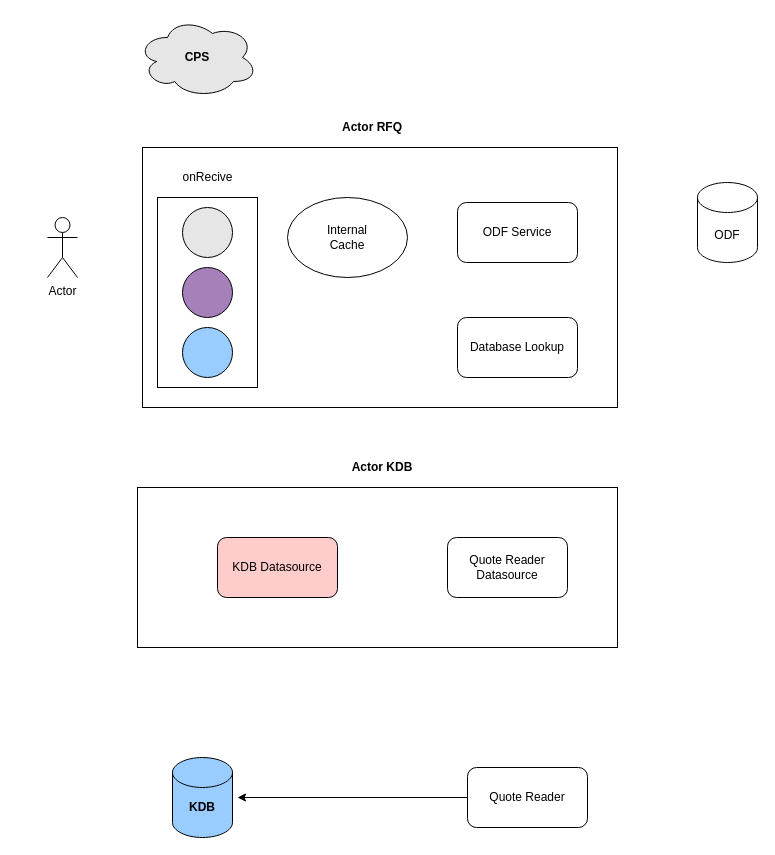
This is LookupService.drawio from bhargrah/drawio, a draw.io file, before an edit. Source tidied: cells renumbered, new cells numbered last; positions are measured from the earlier drawing's top-left corner, leaving out a move shared by most shapes. Both pictures are drawn from the tidied source at 100%, with x=0, y=0 at pixel (47, 17).
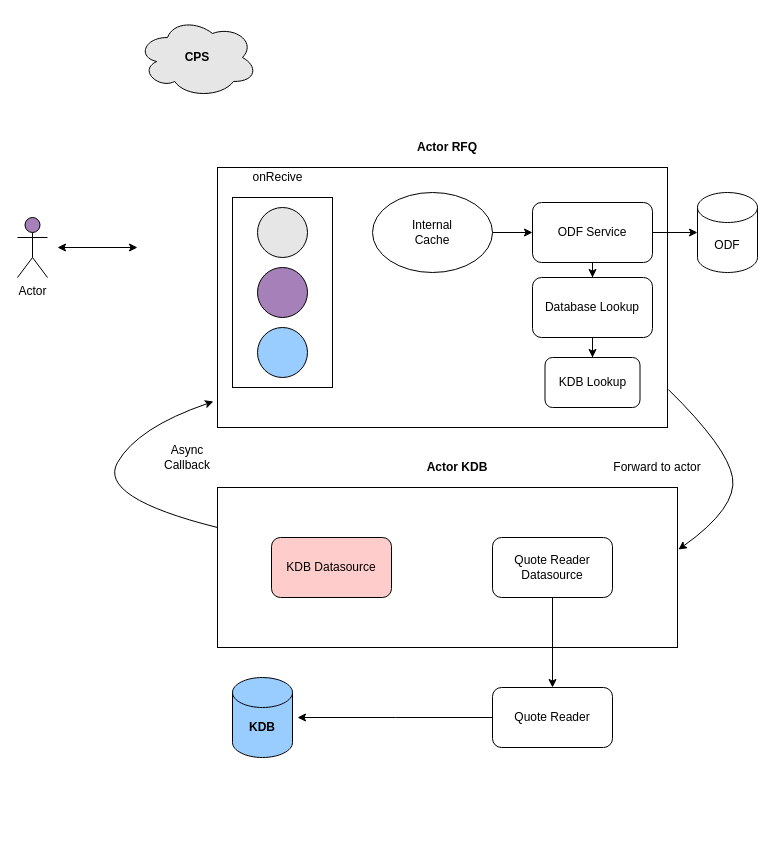
The same diagram, later.

The edit, as a diff of the source:
```diff
@@
     <mxCell id="2" style="rounded=0;whiteSpace=wrap;html=1;" parent="1" vertex="1">
-      <mxGeometry x="95" y="130" width="475" height="260" as="geometry" />
+      <mxGeometry x="170" y="150" width="450" height="260" as="geometry" />
     </mxCell>
     <mxCell id="3" style="rounded=0;whiteSpace=wrap;html=1;" parent="1" vertex="1">
-      <mxGeometry x="90" y="470" width="480" height="160" as="geometry" />
+      <mxGeometry x="170" y="470" width="460" height="160" as="geometry" />
     </mxCell>
     <mxCell id="4" style="rounded=0;whiteSpace=wrap;html=1;" parent="1" vertex="1">
-      <mxGeometry x="110" y="180" width="100" height="190" as="geometry" />
+      <mxGeometry x="185" y="180" width="100" height="190" as="geometry" />
     </mxCell>
     <mxCell id="5" style="ellipse;whiteSpace=wrap;html=1;fillColor=#A680B8;" parent="1" vertex="1">
-      <mxGeometry x="135" y="250" width="50" height="50" as="geometry" />
+      <mxGeometry x="210" y="250" width="50" height="50" as="geometry" />
     </mxCell>
     <mxCell id="6" style="ellipse;whiteSpace=wrap;html=1;fillColor=#99CCFF;" parent="1" vertex="1">
-      <mxGeometry x="135" y="310" width="50" height="50" as="geometry" />
+      <mxGeometry x="210" y="310" width="50" height="50" as="geometry" />
     </mxCell>
     <mxCell id="7" style="ellipse;whiteSpace=wrap;html=1;fillColor=#E6E6E6;" parent="1" vertex="1">
-      <mxGeometry x="135" y="190" width="50" height="50" as="geometry" />
+      <mxGeometry x="210" y="190" width="50" height="50" as="geometry" />
     </mxCell>
@@
-    <mxCell id="9" value="Actor" style="shape=umlActor;verticalLabelPosition=bottom;verticalAlign=top;html=1;" parent="1" vertex="1">
-      <mxGeometry y="200" width="30" height="60" as="geometry" />
+    <mxCell id="9" value="Actor" style="shape=umlActor;verticalLabelPosition=bottom;verticalAlign=top;html=1;fillColor=#A680B8;" parent="1" vertex="1">
+      <mxGeometry x="-30" y="200" width="30" height="60" as="geometry" />
     </mxCell>
     <mxCell id="10" value="&lt;b&gt;Actor RFQ&lt;/b&gt;" style="text;html=1;strokeColor=none;fillColor=none;align=center;verticalAlign=middle;whiteSpace=wrap;rounded=0;" parent="1" vertex="1">
-      <mxGeometry x="290" y="100" width="70" height="20" as="geometry" />
+      <mxGeometry x="365" y="120" width="70" height="20" as="geometry" />
     </mxCell>
     <mxCell id="11" value="onRecive" style="text;html=1;strokeColor=none;fillColor=none;align=center;verticalAlign=middle;whiteSpace=wrap;rounded=0;" parent="1" vertex="1">
-      <mxGeometry x="127.5" y="150" width="65" height="20" as="geometry" />
+      <mxGeometry x="197.5" y="150" width="65" height="20" as="geometry" />
     </mxCell>
@@
     <mxCell id="13" style="shape=cylinder3;whiteSpace=wrap;html=1;boundedLbl=1;backgroundOutline=1;size=15;fillColor=#99CCFF;" parent="1" vertex="1">
-      <mxGeometry x="125" y="740" width="60" height="80" as="geometry" />
+      <mxGeometry x="185" y="660" width="60" height="80" as="geometry" />
     </mxCell>
     <mxCell id="14" value="&lt;b&gt;KDB&lt;/b&gt;" style="text;html=1;strokeColor=none;fillColor=none;align=center;verticalAlign=middle;whiteSpace=wrap;rounded=0;" parent="1" vertex="1">
-      <mxGeometry x="135" y="780" width="40" height="20" as="geometry" />
+      <mxGeometry x="195" y="700" width="40" height="20" as="geometry" />
     </mxCell>
     <mxCell id="15" value="&lt;b&gt;Actor KDB&lt;/b&gt;" style="text;html=1;strokeColor=none;fillColor=none;align=center;verticalAlign=middle;whiteSpace=wrap;rounded=0;" parent="1" vertex="1">
-      <mxGeometry x="300" y="440" width="70" height="20" as="geometry" />
+      <mxGeometry x="375" y="440" width="70" height="20" as="geometry" />
     </mxCell>
+    <mxCell id="25" style="edgeStyle=orthogonalEdgeStyle;rounded=0;jettySize=auto;html=1;" parent="1" edge="1" source="16" target="20">
+      <mxGeometry relative="1" as="geometry" />
+    </mxCell>
+    <mxCell id="26" style="edgeStyle=orthogonalEdgeStyle;rounded=0;jettySize=auto;html=1;entryX=0.5;entryY=0;entryDx=0;entryDy=0;" parent="1" edge="1" source="16" target="17">
+      <mxGeometry relative="1" as="geometry" />
+    </mxCell>
     <mxCell id="16" value="ODF Service" style="rounded=1;whiteSpace=wrap;html=1;fillColor=#FFFFFF;" parent="1" vertex="1">
-      <mxGeometry x="410" y="185" width="120" height="60" as="geometry" />
+      <mxGeometry x="485" y="185" width="120" height="60" as="geometry" />
     </mxCell>
+    <mxCell id="27" style="edgeStyle=orthogonalEdgeStyle;rounded=0;jettySize=auto;html=1;" parent="1" edge="1" source="17" target="36">
+      <mxGeometry relative="1" as="geometry" />
+    </mxCell>
     <mxCell id="17" value="Database Lookup" style="rounded=1;whiteSpace=wrap;html=1;fillColor=#FFFFFF;" parent="1" vertex="1">
-      <mxGeometry x="410" y="300" width="120" height="60" as="geometry" />
+      <mxGeometry x="485" y="260" width="120" height="60" as="geometry" />
     </mxCell>
+    <mxCell id="28" style="edgeStyle=orthogonalEdgeStyle;rounded=0;jettySize=auto;html=1;" parent="1" edge="1" source="18" target="16">
+      <mxGeometry relative="1" as="geometry" />
+    </mxCell>
     <mxCell id="18" style="ellipse;whiteSpace=wrap;html=1;fillColor=#FFFFFF;" parent="1" vertex="1">
-      <mxGeometry x="240" y="180" width="120" height="80" as="geometry" />
+      <mxGeometry x="325" y="175" width="120" height="80" as="geometry" />
     </mxCell>
     <mxCell id="19" value="Internal Cache" style="text;html=1;strokeColor=none;fillColor=none;align=center;verticalAlign=middle;whiteSpace=wrap;rounded=0;" parent="1" vertex="1">
-      <mxGeometry x="280" y="210" width="40" height="20" as="geometry" />
+      <mxGeometry x="365" y="205" width="40" height="20" as="geometry" />
     </mxCell>
     <mxCell id="20" value="ODF" style="shape=cylinder3;whiteSpace=wrap;html=1;boundedLbl=1;backgroundOutline=1;size=15;fillColor=#FFFFFF;" parent="1" vertex="1">
-      <mxGeometry x="650" y="165" width="60" height="80" as="geometry" />
+      <mxGeometry x="650" y="175" width="60" height="80" as="geometry" />
     </mxCell>
-    <mxCell id="21" style="edgeStyle=orthogonalEdgeStyle;rounded=0;jettySize=auto;html=1;" parent="1" edge="1" source="22">
-      <mxGeometry relative="1" as="geometry">
-        <mxPoint x="190" y="780" as="targetPoint" />
-        <Array as="points">
-          <mxPoint x="190" y="780" />
-        </Array>
-      </mxGeometry>
-    </mxCell>
+    <mxCell id="29" style="edgeStyle=orthogonalEdgeStyle;rounded=0;jettySize=auto;html=1;" parent="1" edge="1" source="22">
+      <mxGeometry relative="1" as="geometry">
+        <mxPoint x="250" y="700" as="targetPoint" />
+      </mxGeometry>
+    </mxCell>
     <mxCell id="22" value="Quote Reader" style="rounded=1;whiteSpace=wrap;html=1;fillColor=#FFFFFF;" parent="1" vertex="1">
-      <mxGeometry x="420" y="750" width="120" height="60" as="geometry" />
+      <mxGeometry x="445" y="670" width="120" height="60" as="geometry" />
     </mxCell>
+    <mxCell id="30" style="edgeStyle=orthogonalEdgeStyle;rounded=0;jettySize=auto;html=1;" parent="1" edge="1" source="23" target="22">
+      <mxGeometry relative="1" as="geometry" />
+    </mxCell>
     <mxCell id="23" value="Quote Reader Datasource" style="rounded=1;whiteSpace=wrap;html=1;fillColor=#FFFFFF;" parent="1" vertex="1">
-      <mxGeometry x="400" y="520" width="120" height="60" as="geometry" />
+      <mxGeometry x="445" y="520" width="120" height="60" as="geometry" />
     </mxCell>
     <mxCell id="24" value="KDB Datasource" style="rounded=1;whiteSpace=wrap;html=1;fillColor=#FFCCCC;" parent="1" vertex="1">
-      <mxGeometry x="170" y="520" width="120" height="60" as="geometry" />
+      <mxGeometry x="224" y="520" width="120" height="60" as="geometry" />
     </mxCell>
+    <mxCell id="31" value="Forward to actor" style="text;html=1;strokeColor=none;fillColor=none;align=center;verticalAlign=middle;whiteSpace=wrap;rounded=0;" parent="1" vertex="1">
+      <mxGeometry x="560" y="440" width="100" height="20" as="geometry" />
+    </mxCell>
+    <mxCell id="32" style="curved=1;endArrow=classic;html=1;exitX=0;exitY=0.25;exitDx=0;exitDy=0;entryX=-0.009;entryY=0.9;entryDx=0;entryDy=0;entryPerimeter=0;" parent="1" edge="1" source="3" target="2">
+      <mxGeometry relative="1" as="geometry">
+        <Array as="points">
+          <mxPoint x="50" y="480" />
+          <mxPoint x="90" y="410" />
+        </Array>
+      </mxGeometry>
+    </mxCell>
+    <mxCell id="33" value="Async Callback" style="text;html=1;strokeColor=none;fillColor=none;align=center;verticalAlign=middle;whiteSpace=wrap;rounded=0;" parent="1" vertex="1">
+      <mxGeometry x="120" y="430" width="40" height="20" as="geometry" />
+    </mxCell>
+    <mxCell id="34" style="endArrow=classic;startArrow=classic;html=1;" parent="1" edge="1">
+      <mxGeometry relative="1" as="geometry">
+        <mxPoint x="90" y="230" as="sourcePoint" />
+        <mxPoint x="10" y="230" as="targetPoint" />
+      </mxGeometry>
+    </mxCell>
+    <mxCell id="35" style="curved=1;endArrow=classic;html=1;exitX=1.002;exitY=0.854;exitDx=0;exitDy=0;exitPerimeter=0;entryX=1.002;entryY=0.388;entryDx=0;entryDy=0;entryPerimeter=0;" parent="1" edge="1" source="2" target="3">
+      <mxGeometry relative="1" as="geometry">
+        <Array as="points">
+          <mxPoint x="680" y="430" />
+          <mxPoint x="690" y="490" />
+        </Array>
+      </mxGeometry>
+    </mxCell>
+    <mxCell id="36" value="KDB Lookup" style="rounded=1;whiteSpace=wrap;html=1;fillColor=#FFFFFF;" parent="1" vertex="1">
+      <mxGeometry x="497.5" y="340" width="95" height="50" as="geometry" />
+    </mxCell>
```
